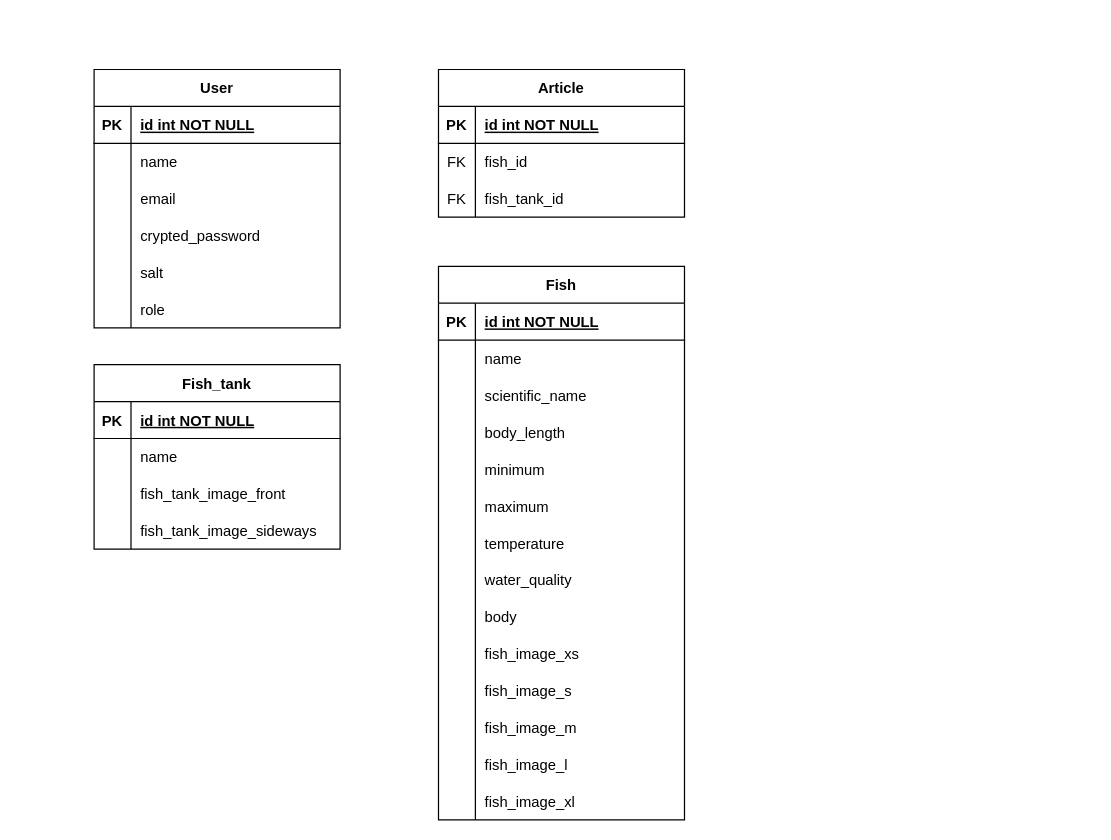
Earlier version of the draw.io diagram 名称未設定ファイル.drawio (kuro3415/how_to_keep_big_fish). Source tidied: cells renumbered, new cells numbered last; positions are measured from the earlier drawing's top-left corner, leaving out a move shared by most shapes. Both pictures are drawn from the tidied source at 123%, with x=0, y=0 at pixel (93, 69).
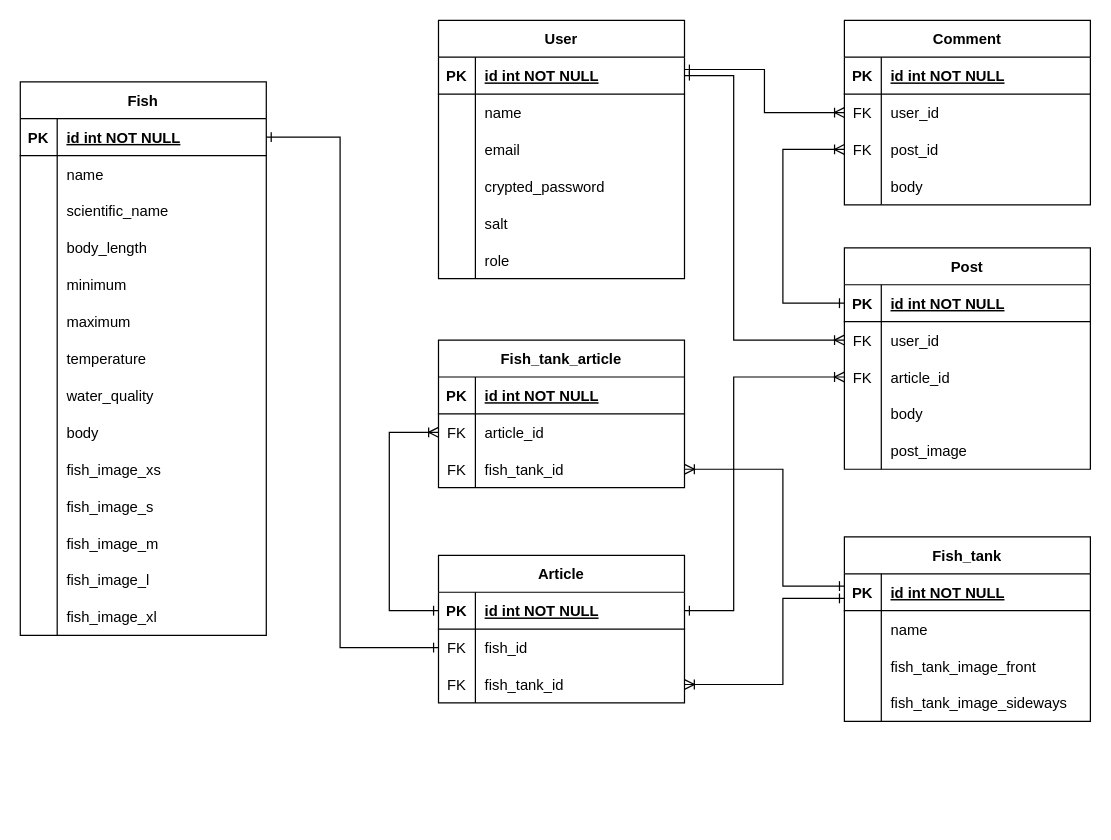
Above is the later version.

Commit message:
名称未設定ファイル.drawio を更新します

The change refers to these unchanged cells:
```xml
<mxCell id="3" style="shape=partialRectangle;fillColor=none;points=[[0,0.5],[1,0.5]];portConstraint=eastwest;top=0;left=0;right=0;bottom=1;" parent="2" vertex="1">
  <mxGeometry y="30" width="200" height="30" as="geometry" />
</mxCell>
<mxCell id="22" style="shape=tableRow;horizontal=0;startSize=0;swimlaneHead=0;swimlaneBody=0;fillColor=none;points=[[0,0.5],[1,0.5]];portConstraint=eastwest;top=0;left=0;right=0;bottom=1;strokeWidth=1;" parent="21" vertex="1">
  <mxGeometry y="30" width="200" height="30" as="geometry" />
</mxCell>
<mxCell id="25" style="shape=tableRow;horizontal=0;startSize=0;swimlaneHead=0;swimlaneBody=0;fillColor=none;points=[[0,0.5],[1,0.5]];portConstraint=eastwest;top=0;left=0;right=0;bottom=0;strokeWidth=1;" parent="21" vertex="1">
  <mxGeometry y="60" width="200" height="30" as="geometry" />
</mxCell>
<mxCell id="28" style="shape=tableRow;horizontal=0;startSize=0;swimlaneHead=0;swimlaneBody=0;fillColor=none;points=[[0,0.5],[1,0.5]];portConstraint=eastwest;top=0;left=0;right=0;bottom=0;strokeWidth=1;" parent="21" vertex="1">
  <mxGeometry y="90" width="200" height="30" as="geometry" />
</mxCell>
<mxCell id="32" style="shape=tableRow;horizontal=0;startSize=0;swimlaneHead=0;swimlaneBody=0;fillColor=none;points=[[0,0.5],[1,0.5]];portConstraint=eastwest;top=0;left=0;right=0;bottom=1;strokeWidth=1;" parent="31" vertex="1">
  <mxGeometry y="30" width="200" height="30" as="geometry" />
</mxCell>
<mxCell id="75" style="shape=tableRow;horizontal=0;startSize=0;swimlaneHead=0;swimlaneBody=0;fillColor=none;points=[[0,0.5],[1,0.5]];portConstraint=eastwest;top=0;left=0;right=0;bottom=1;strokeWidth=1;" parent="74" vertex="1">
  <mxGeometry y="30" width="200" height="30" as="geometry" />
</mxCell>
```

Change to the diagram source:
```diff
@@
     <mxCell id="2" value="User" style="shape=table;startSize=30;childLayout=tableLayout;rowLines=0;fontStyle=1;align=center;" parent="1" vertex="1">
-      <mxGeometry width="200" height="210" as="geometry" />
+      <mxGeometry x="280" y="-40" width="200" height="210" as="geometry" />
     </mxCell>
@@
     <mxCell id="21" value="Article" style="shape=table;startSize=30;childLayout=tableLayout;rowLines=0;fontStyle=1;align=center;strokeWidth=1;" parent="1" vertex="1">
-      <mxGeometry x="280" width="200" height="120" as="geometry" />
+      <mxGeometry x="280" y="395" width="200" height="120" as="geometry" />
     </mxCell>
@@
     <mxCell id="31" value="Fish" style="shape=table;startSize=30;childLayout=tableLayout;rowLines=0;fontStyle=1;align=center;strokeWidth=1;" parent="1" vertex="1">
-      <mxGeometry x="280" y="160" width="200" height="450" as="geometry" />
+      <mxGeometry x="-60" y="10" width="200" height="450" as="geometry" />
     </mxCell>
@@
     <mxCell id="74" value="Fish_tank" style="shape=table;startSize=30;childLayout=tableLayout;rowLines=0;fontStyle=1;align=center;strokeWidth=1;" parent="1" vertex="1">
-      <mxGeometry y="240" width="200" height="150" as="geometry" />
+      <mxGeometry x="610" y="380" width="200" height="150" as="geometry" />
     </mxCell>
@@
+    <mxCell id="87" value="Post" style="shape=table;startSize=30;childLayout=tableLayout;rowLines=0;fontStyle=1;align=center;strokeWidth=1;" parent="1" vertex="1">
+      <mxGeometry x="610" y="145" width="200" height="180" as="geometry" />
+    </mxCell>
+    <mxCell id="88" style="shape=tableRow;horizontal=0;startSize=0;swimlaneHead=0;swimlaneBody=0;fillColor=none;points=[[0,0.5],[1,0.5]];portConstraint=eastwest;top=0;left=0;right=0;bottom=1;strokeWidth=1;" parent="87" vertex="1">
+      <mxGeometry y="30" width="200" height="30" as="geometry" />
+    </mxCell>
+    <mxCell id="89" value="PK" style="shape=partialRectangle;fillColor=none;top=0;left=0;bottom=0;right=0;fontStyle=1;overflow=hidden;strokeWidth=1;" parent="88" vertex="1">
+      <mxGeometry width="30" height="30" as="geometry" />
+    </mxCell>
+    <mxCell id="90" value="id int NOT NULL" style="shape=partialRectangle;fillColor=none;top=0;left=0;bottom=0;right=0;align=left;spacingLeft=6;fontStyle=5;overflow=hidden;strokeWidth=1;" parent="88" vertex="1">
+      <mxGeometry x="30" width="170" height="30" as="geometry" />
+    </mxCell>
+    <mxCell id="91" style="shape=tableRow;horizontal=0;startSize=0;swimlaneHead=0;swimlaneBody=0;fillColor=none;points=[[0,0.5],[1,0.5]];portConstraint=eastwest;top=0;left=0;right=0;bottom=0;strokeWidth=1;" parent="87" vertex="1">
+      <mxGeometry y="60" width="200" height="30" as="geometry" />
+    </mxCell>
+    <mxCell id="92" value="FK" style="shape=partialRectangle;fillColor=none;top=0;left=0;bottom=0;right=0;overflow=hidden;strokeWidth=1;" parent="91" vertex="1">
+      <mxGeometry width="30" height="30" as="geometry" />
+    </mxCell>
+    <mxCell id="93" value="user_id" style="shape=partialRectangle;fillColor=none;top=0;left=0;bottom=0;right=0;align=left;spacingLeft=6;overflow=hidden;strokeWidth=1;" parent="91" vertex="1">
+      <mxGeometry x="30" width="170" height="30" as="geometry" />
+    </mxCell>
+    <mxCell id="94" style="shape=tableRow;horizontal=0;startSize=0;swimlaneHead=0;swimlaneBody=0;fillColor=none;points=[[0,0.5],[1,0.5]];portConstraint=eastwest;top=0;left=0;right=0;bottom=0;strokeWidth=1;" parent="87" vertex="1">
+      <mxGeometry y="90" width="200" height="30" as="geometry" />
+    </mxCell>
+    <mxCell id="95" value="FK" style="shape=partialRectangle;fillColor=none;top=0;left=0;bottom=0;right=0;overflow=hidden;strokeWidth=1;" parent="94" vertex="1">
+      <mxGeometry width="30" height="30" as="geometry" />
+    </mxCell>
+    <mxCell id="96" value="article_id" style="shape=partialRectangle;fillColor=none;top=0;left=0;bottom=0;right=0;align=left;spacingLeft=6;overflow=hidden;strokeWidth=1;" parent="94" vertex="1">
+      <mxGeometry x="30" width="170" height="30" as="geometry" />
+    </mxCell>
+    <mxCell id="97" style="shape=tableRow;horizontal=0;startSize=0;swimlaneHead=0;swimlaneBody=0;fillColor=none;top=0;left=0;right=0;bottom=0;strokeWidth=1;" parent="87" vertex="1">
+      <mxGeometry y="120" width="200" height="30" as="geometry" />
+    </mxCell>
+    <mxCell id="98" style="shape=partialRectangle;fillColor=none;top=0;left=0;bottom=0;right=0;overflow=hidden;strokeWidth=1;" parent="97" vertex="1">
+      <mxGeometry width="30" height="30" as="geometry" />
+    </mxCell>
+    <mxCell id="99" value="body" style="shape=partialRectangle;fillColor=none;top=0;left=0;bottom=0;right=0;align=left;spacingLeft=6;overflow=hidden;strokeWidth=1;" parent="97" vertex="1">
+      <mxGeometry x="30" width="170" height="30" as="geometry" />
+    </mxCell>
+    <mxCell id="100" style="shape=tableRow;horizontal=0;startSize=0;swimlaneHead=0;swimlaneBody=0;fillColor=none;top=0;left=0;right=0;bottom=0;strokeWidth=1;" parent="87" vertex="1">
+      <mxGeometry y="150" width="200" height="30" as="geometry" />
+    </mxCell>
+    <mxCell id="101" style="shape=partialRectangle;fillColor=none;top=0;left=0;bottom=0;right=0;overflow=hidden;strokeWidth=1;" parent="100" vertex="1">
+      <mxGeometry width="30" height="30" as="geometry" />
+    </mxCell>
+    <mxCell id="102" value="post_image" style="shape=partialRectangle;fillColor=none;top=0;left=0;bottom=0;right=0;align=left;spacingLeft=6;overflow=hidden;strokeWidth=1;" parent="100" vertex="1">
+      <mxGeometry x="30" width="170" height="30" as="geometry" />
+    </mxCell>
+    <mxCell id="103" value="Comment" style="shape=table;startSize=30;childLayout=tableLayout;rowLines=0;fontStyle=1;align=center;strokeWidth=1;" parent="1" vertex="1">
+      <mxGeometry x="610" y="-40" width="200" height="150" as="geometry" />
+    </mxCell>
+    <mxCell id="104" style="shape=tableRow;horizontal=0;startSize=0;swimlaneHead=0;swimlaneBody=0;fillColor=none;top=0;left=0;right=0;bottom=1;strokeWidth=1;" parent="103" vertex="1">
+      <mxGeometry y="30" width="200" height="30" as="geometry" />
+    </mxCell>
+    <mxCell id="105" value="PK" style="shape=partialRectangle;fillColor=none;top=0;left=0;bottom=0;right=0;fontStyle=1;overflow=hidden;strokeWidth=1;" parent="104" vertex="1">
+      <mxGeometry width="30" height="30" as="geometry" />
+    </mxCell>
+    <mxCell id="106" value="id int NOT NULL" style="shape=partialRectangle;fillColor=none;top=0;left=0;bottom=0;right=0;align=left;spacingLeft=6;fontStyle=5;overflow=hidden;strokeWidth=1;" parent="104" vertex="1">
+      <mxGeometry x="30" width="170" height="30" as="geometry" />
+    </mxCell>
+    <mxCell id="107" style="shape=tableRow;horizontal=0;startSize=0;swimlaneHead=0;swimlaneBody=0;fillColor=none;points=[[0,0.5],[1,0.5]];portConstraint=eastwest;top=0;left=0;right=0;bottom=0;strokeWidth=1;" parent="103" vertex="1">
+      <mxGeometry y="60" width="200" height="30" as="geometry" />
+    </mxCell>
+    <mxCell id="108" value="FK" style="shape=partialRectangle;fillColor=none;top=0;left=0;bottom=0;right=0;overflow=hidden;strokeWidth=1;" parent="107" vertex="1">
+      <mxGeometry width="30" height="30" as="geometry" />
+    </mxCell>
+    <mxCell id="109" value="user_id" style="shape=partialRectangle;fillColor=none;top=0;left=0;bottom=0;right=0;align=left;spacingLeft=6;overflow=hidden;strokeWidth=1;" parent="107" vertex="1">
+      <mxGeometry x="30" width="170" height="30" as="geometry" />
+    </mxCell>
+    <mxCell id="110" style="shape=tableRow;horizontal=0;startSize=0;swimlaneHead=0;swimlaneBody=0;fillColor=none;points=[[0,0.5],[1,0.5]];portConstraint=eastwest;top=0;left=0;right=0;bottom=0;strokeWidth=1;" parent="103" vertex="1">
+      <mxGeometry y="90" width="200" height="30" as="geometry" />
+    </mxCell>
+    <mxCell id="111" value="FK" style="shape=partialRectangle;fillColor=none;top=0;left=0;bottom=0;right=0;overflow=hidden;strokeWidth=1;" parent="110" vertex="1">
+      <mxGeometry width="30" height="30" as="geometry" />
+    </mxCell>
+    <mxCell id="112" value="post_id" style="shape=partialRectangle;fillColor=none;top=0;left=0;bottom=0;right=0;align=left;spacingLeft=6;overflow=hidden;strokeWidth=1;" parent="110" vertex="1">
+      <mxGeometry x="30" width="170" height="30" as="geometry" />
+    </mxCell>
+    <mxCell id="113" style="shape=tableRow;horizontal=0;startSize=0;swimlaneHead=0;swimlaneBody=0;fillColor=none;top=0;left=0;right=0;bottom=0;strokeWidth=1;" parent="103" vertex="1">
+      <mxGeometry y="120" width="200" height="30" as="geometry" />
+    </mxCell>
+    <mxCell id="114" style="shape=partialRectangle;fillColor=none;top=0;left=0;bottom=0;right=0;overflow=hidden;strokeWidth=1;" parent="113" vertex="1">
+      <mxGeometry width="30" height="30" as="geometry" />
+    </mxCell>
+    <mxCell id="115" value="body" style="shape=partialRectangle;fillColor=none;top=0;left=0;bottom=0;right=0;align=left;spacingLeft=6;overflow=hidden;strokeWidth=1;" parent="113" vertex="1">
+      <mxGeometry x="30" width="170" height="30" as="geometry" />
+    </mxCell>
+    <mxCell id="116" value="Fish_tank_article" style="shape=table;startSize=30;childLayout=tableLayout;rowLines=0;fontStyle=1;align=center;strokeWidth=1;" parent="1" vertex="1">
+      <mxGeometry x="280" y="220" width="200" height="120" as="geometry" />
+    </mxCell>
+    <mxCell id="117" style="shape=tableRow;horizontal=0;startSize=0;swimlaneHead=0;swimlaneBody=0;fillColor=none;top=0;left=0;right=0;bottom=1;strokeWidth=1;" parent="116" vertex="1">
+      <mxGeometry y="30" width="200" height="30" as="geometry" />
+    </mxCell>
+    <mxCell id="118" value="PK" style="shape=partialRectangle;fillColor=none;top=0;left=0;bottom=0;right=0;fontStyle=1;overflow=hidden;strokeWidth=1;" parent="117" vertex="1">
+      <mxGeometry width="30" height="30" as="geometry" />
+    </mxCell>
+    <mxCell id="119" value="id int NOT NULL" style="shape=partialRectangle;fillColor=none;top=0;left=0;bottom=0;right=0;align=left;spacingLeft=6;fontStyle=5;overflow=hidden;strokeWidth=1;" parent="117" vertex="1">
+      <mxGeometry x="30" width="170" height="30" as="geometry" />
+    </mxCell>
+    <mxCell id="120" style="shape=tableRow;horizontal=0;startSize=0;swimlaneHead=0;swimlaneBody=0;fillColor=none;points=[[0,0.5],[1,0.5]];portConstraint=eastwest;top=0;left=0;right=0;bottom=0;strokeWidth=1;" parent="116" vertex="1">
+      <mxGeometry y="60" width="200" height="30" as="geometry" />
+    </mxCell>
+    <mxCell id="121" value="FK" style="shape=partialRectangle;fillColor=none;top=0;left=0;bottom=0;right=0;overflow=hidden;strokeWidth=1;" parent="120" vertex="1">
+      <mxGeometry width="30" height="30" as="geometry" />
+    </mxCell>
+    <mxCell id="122" value="article_id" style="shape=partialRectangle;fillColor=none;top=0;left=0;bottom=0;right=0;align=left;spacingLeft=6;overflow=hidden;strokeWidth=1;" parent="120" vertex="1">
+      <mxGeometry x="30" width="170" height="30" as="geometry" />
+    </mxCell>
+    <mxCell id="123" style="shape=tableRow;horizontal=0;startSize=0;swimlaneHead=0;swimlaneBody=0;fillColor=none;points=[[0,0.5],[1,0.5]];portConstraint=eastwest;top=0;left=0;right=0;bottom=0;strokeWidth=1;" parent="116" vertex="1">
+      <mxGeometry y="90" width="200" height="30" as="geometry" />
+    </mxCell>
+    <mxCell id="124" value="FK" style="shape=partialRectangle;fillColor=none;top=0;left=0;bottom=0;right=0;overflow=hidden;strokeWidth=1;" parent="123" vertex="1">
+      <mxGeometry width="30" height="30" as="geometry" />
+    </mxCell>
+    <mxCell id="125" value="fish_tank_id" style="shape=partialRectangle;fillColor=none;top=0;left=0;bottom=0;right=0;align=left;spacingLeft=6;overflow=hidden;strokeWidth=1;" parent="123" vertex="1">
+      <mxGeometry x="30" width="170" height="30" as="geometry" />
+    </mxCell>
+    <mxCell id="126" style="edgeStyle=orthogonalEdgeStyle;rounded=0;jettySize=auto;html=1;entryX=0;entryY=0.5;entryDx=0;entryDy=0;startArrow=ERone;startFill=0;endArrow=ERone;endFill=0;" parent="1" edge="1" source="32" target="25">
+      <mxGeometry relative="1" as="geometry">
+        <Array as="points">
+          <mxPoint x="200" y="55" />
+          <mxPoint x="200" y="470" />
+        </Array>
+      </mxGeometry>
+    </mxCell>
+    <mxCell id="127" style="edgeStyle=orthogonalEdgeStyle;rounded=0;jettySize=auto;html=1;entryX=1;entryY=0.5;entryDx=0;entryDy=0;startArrow=ERone;startFill=0;endArrow=ERoneToMany;endFill=0;" parent="1" edge="1" source="75" target="28">
+      <mxGeometry relative="1" as="geometry">
+        <Array as="points">
+          <mxPoint x="560" y="430" />
+          <mxPoint x="560" y="500" />
+        </Array>
+      </mxGeometry>
+    </mxCell>
+    <mxCell id="128" style="edgeStyle=orthogonalEdgeStyle;rounded=0;jettySize=auto;html=1;entryX=1;entryY=0.5;entryDx=0;entryDy=0;startArrow=ERone;startFill=0;endArrow=ERoneToMany;endFill=0;" parent="1" edge="1" source="75" target="123">
+      <mxGeometry relative="1" as="geometry">
+        <Array as="points">
+          <mxPoint x="560" y="420" />
+          <mxPoint x="560" y="325" />
+        </Array>
+      </mxGeometry>
+    </mxCell>
+    <mxCell id="129" style="edgeStyle=orthogonalEdgeStyle;rounded=0;jettySize=auto;html=1;entryX=0;entryY=0.5;entryDx=0;entryDy=0;startArrow=ERone;startFill=0;endArrow=ERoneToMany;endFill=0;" parent="1" edge="1" source="22" target="120">
+      <mxGeometry relative="1" as="geometry">
+        <Array as="points">
+          <mxPoint x="240" y="440" />
+          <mxPoint x="240" y="295" />
+        </Array>
+      </mxGeometry>
+    </mxCell>
+    <mxCell id="130" style="edgeStyle=orthogonalEdgeStyle;rounded=0;jettySize=auto;html=1;entryX=0;entryY=0.5;entryDx=0;entryDy=0;startArrow=ERone;startFill=0;endArrow=ERoneToMany;endFill=0;" parent="1" edge="1" source="3" target="107">
+      <mxGeometry relative="1" as="geometry">
+        <Array as="points">
+          <mxPoint x="545" />
+          <mxPoint x="545" y="35" />
+        </Array>
+      </mxGeometry>
+    </mxCell>
+    <mxCell id="131" style="edgeStyle=orthogonalEdgeStyle;rounded=0;jettySize=auto;html=1;exitX=0;exitY=0.5;exitDx=0;exitDy=0;entryX=0;entryY=0.5;entryDx=0;entryDy=0;startArrow=ERone;startFill=0;endArrow=ERoneToMany;endFill=0;" parent="1" edge="1" source="88" target="110">
+      <mxGeometry relative="1" as="geometry">
+        <Array as="points">
+          <mxPoint x="560" y="190" />
+          <mxPoint x="560" y="65" />
+        </Array>
+      </mxGeometry>
+    </mxCell>
+    <mxCell id="132" style="edgeStyle=orthogonalEdgeStyle;rounded=0;jettySize=auto;html=1;entryX=0;entryY=0.5;entryDx=0;entryDy=0;startArrow=ERone;startFill=0;endArrow=ERoneToMany;endFill=0;" parent="1" edge="1" source="3" target="91">
+      <mxGeometry relative="1" as="geometry">
+        <Array as="points">
+          <mxPoint x="520" y="5" />
+          <mxPoint x="520" y="220" />
+        </Array>
+      </mxGeometry>
+    </mxCell>
+    <mxCell id="133" style="edgeStyle=orthogonalEdgeStyle;rounded=0;jettySize=auto;html=1;entryX=0;entryY=0.5;entryDx=0;entryDy=0;startArrow=ERone;startFill=0;endArrow=ERoneToMany;endFill=0;" parent="1" edge="1" source="22" target="94">
+      <mxGeometry relative="1" as="geometry">
+        <Array as="points">
+          <mxPoint x="520" y="440" />
+          <mxPoint x="520" y="250" />
+        </Array>
+      </mxGeometry>
+    </mxCell>
```
